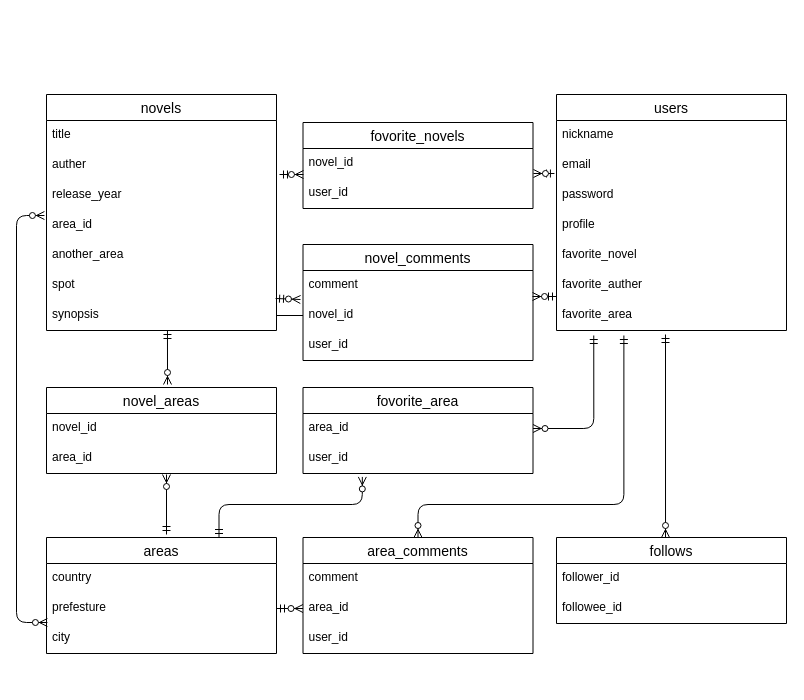
Earlier version of the draw.io diagram config/er.dio (kirikooooooooo/noverea). Source tidied: cells renumbered, new cells numbered last; positions are measured from the earlier drawing's top-left corner, leaving out a move shared by most shapes. Both pictures are drawn from the tidied source at 100%, with x=0, y=0 at pixel (16, 94).
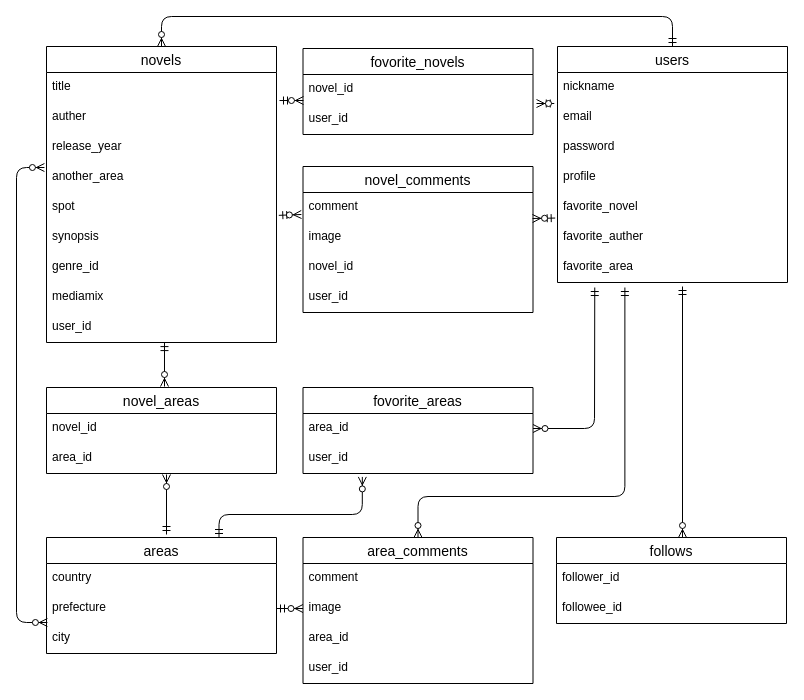
The same diagram, later.

The change refers to these unchanged cells:
```xml
<mxCell id="4" value="auther" style="text;strokeColor=none;fillColor=none;spacingLeft=4;spacingRight=4;overflow=hidden;points=[[0,0.5],[1,0.5]];portConstraint=eastwest;fontSize=12;" parent="2" vertex="1">
  <mxGeometry y="56" width="230" height="30" as="geometry" />
</mxCell>
<mxCell id="5" value="release_year" style="text;strokeColor=none;fillColor=none;spacingLeft=4;spacingRight=4;overflow=hidden;points=[[0,0.5],[1,0.5]];portConstraint=eastwest;fontSize=12;" parent="2" vertex="1">
  <mxGeometry y="86" width="230" height="30" as="geometry" />
</mxCell>
<mxCell id="13" value="areas" style="swimlane;fontStyle=0;horizontal=1;startSize=26;align=center;fontSize=14;" parent="1" vertex="1">
  <mxGeometry x="30" y="443" width="230" height="116" as="geometry" />
</mxCell>
<mxCell id="16" value="city" style="text;strokeColor=none;fillColor=none;spacingLeft=4;spacingRight=4;overflow=hidden;points=[[0,0.5],[1,0.5]];portConstraint=eastwest;fontSize=12;" parent="13" vertex="1">
  <mxGeometry y="86" width="230" height="30" as="geometry" />
</mxCell>
<mxCell id="22" value="email" style="text;strokeColor=none;fillColor=none;spacingLeft=4;spacingRight=4;overflow=hidden;points=[[0,0.5],[1,0.5]];portConstraint=eastwest;fontSize=12;" parent="20" vertex="1">
  <mxGeometry y="56" width="230" height="30" as="geometry" />
</mxCell>
<mxCell id="25" value="favorite_novel" style="text;strokeColor=none;fillColor=none;spacingLeft=4;spacingRight=4;overflow=hidden;points=[[0,0.5],[1,0.5]];portConstraint=eastwest;fontSize=12;" parent="20" vertex="1">
  <mxGeometry y="146" width="230" height="30" as="geometry" />
</mxCell>
<mxCell id="27" value="favorite_area" style="text;strokeColor=none;fillColor=none;spacingLeft=4;spacingRight=4;overflow=hidden;points=[[0,0.5],[1,0.5]];portConstraint=eastwest;fontSize=12;" parent="20" vertex="1">
  <mxGeometry y="206" width="230" height="30" as="geometry" />
</mxCell>
<mxCell id="30" value="novel_id" style="text;strokeColor=none;fillColor=none;spacingLeft=4;spacingRight=4;overflow=hidden;points=[[0,0.5],[1,0.5]];portConstraint=eastwest;fontSize=12;" parent="29" vertex="1">
  <mxGeometry y="26" width="230" height="30" as="geometry" />
</mxCell>
<mxCell id="34" value="comment" style="text;strokeColor=none;fillColor=none;spacingLeft=4;spacingRight=4;overflow=hidden;points=[[0,0.5],[1,0.5]];portConstraint=eastwest;fontSize=12;" parent="33" vertex="1">
  <mxGeometry y="26" width="230" height="30" as="geometry" />
</mxCell>
<mxCell id="46" value="follows" style="swimlane;fontStyle=0;horizontal=1;startSize=26;align=center;fontSize=14;" parent="1" vertex="1">
  <mxGeometry x="540" y="443" width="230" height="86" as="geometry" />
</mxCell>
<mxCell id="51" value="area_id" style="text;strokeColor=none;fillColor=none;spacingLeft=4;spacingRight=4;overflow=hidden;points=[[0,0.5],[1,0.5]];portConstraint=eastwest;fontSize=12;" parent="50" vertex="1">
  <mxGeometry y="26" width="230" height="30" as="geometry" />
</mxCell>
<mxCell id="52" value="user_id" style="text;strokeColor=none;fillColor=none;spacingLeft=4;spacingRight=4;overflow=hidden;points=[[0,0.5],[1,0.5]];portConstraint=eastwest;fontSize=12;" parent="50" vertex="1">
  <mxGeometry y="56" width="230" height="30" as="geometry" />
</mxCell>
```

Change to the diagram source:
```diff
@@
     <mxCell id="2" value="novels" style="swimlane;fontStyle=0;horizontal=1;startSize=26;align=center;fontSize=14;" parent="1" vertex="1">
-      <mxGeometry x="30" width="230" height="236" as="geometry" />
+      <mxGeometry x="30" y="-48" width="230" height="296" as="geometry" />
     </mxCell>
@@
-    <mxCell id="6" value="area_id" style="text;strokeColor=none;fillColor=none;spacingLeft=4;spacingRight=4;overflow=hidden;fontSize=12;" parent="2" vertex="1">
-      <mxGeometry y="116" width="230" height="30" as="geometry" />
-    </mxCell>
     <mxCell id="7" value="another_area" style="text;strokeColor=none;fillColor=none;spacingLeft=4;spacingRight=4;overflow=hidden;fontSize=12;" parent="2" vertex="1">
-      <mxGeometry y="146" width="230" height="30" as="geometry" />
+      <mxGeometry y="116" width="230" height="30" as="geometry" />
     </mxCell>
     <mxCell id="8" value="spot" style="text;strokeColor=none;fillColor=none;spacingLeft=4;spacingRight=4;overflow=hidden;points=[[0,0.5],[1,0.5]];portConstraint=eastwest;fontSize=12;" parent="2" vertex="1">
-      <mxGeometry y="176" width="230" height="30" as="geometry" />
+      <mxGeometry y="146" width="230" height="30" as="geometry" />
     </mxCell>
+    <mxCell id="55" value="synopsis" style="text;strokeColor=none;fillColor=none;spacingLeft=4;spacingRight=4;overflow=hidden;fontSize=12;" parent="2" vertex="1">
+      <mxGeometry y="176" width="230" height="30" as="geometry" />
+    </mxCell>
+    <mxCell id="56" value="genre_id" style="text;strokeColor=none;fillColor=none;spacingLeft=4;spacingRight=4;overflow=hidden;fontSize=12;" parent="2" vertex="1">
+      <mxGeometry y="206" width="230" height="30" as="geometry" />
+    </mxCell>
+    <mxCell id="57" value="mediamix" style="text;strokeColor=none;fillColor=none;spacingLeft=4;spacingRight=4;overflow=hidden;fontSize=12;" parent="2" vertex="1">
+      <mxGeometry y="236" width="230" height="30" as="geometry" />
+    </mxCell>
-    <mxCell id="9" value="synopsis" style="text;strokeColor=none;fillColor=none;spacingLeft=4;spacingRight=4;overflow=hidden;points=[[0,0.5],[1,0.5]];portConstraint=eastwest;fontSize=12;" parent="2" vertex="1">
-      <mxGeometry y="206" width="230" height="30" as="geometry" />
+    <mxCell id="9" value="user_id" style="text;strokeColor=none;fillColor=none;spacingLeft=4;spacingRight=4;overflow=hidden;points=[[0,0.5],[1,0.5]];portConstraint=eastwest;fontSize=12;" parent="2" vertex="1">
+      <mxGeometry y="266" width="230" height="30" as="geometry" />
     </mxCell>
@@
-    <mxCell id="15" value="prefesture" style="text;strokeColor=none;fillColor=none;spacingLeft=4;spacingRight=4;overflow=hidden;points=[[0,0.5],[1,0.5]];portConstraint=eastwest;fontSize=12;" parent="13" vertex="1">
+    <mxCell id="15" value="prefecture" style="text;strokeColor=none;fillColor=none;spacingLeft=4;spacingRight=4;overflow=hidden;points=[[0,0.5],[1,0.5]];portConstraint=eastwest;fontSize=12;" parent="13" vertex="1">
       <mxGeometry y="56" width="230" height="30" as="geometry" />
     </mxCell>
@@
     <mxCell id="17" style="edgeStyle=elbowEdgeStyle;fontSize=12;html=1;endArrow=ERzeroToMany;endFill=1;startArrow=ERzeroToMany;entryX=-0.009;entryY=1.167;entryDx=0;entryDy=0;entryPerimeter=0;exitX=0.004;exitY=-0.033;exitDx=0;exitDy=0;exitPerimeter=0;" parent="1" edge="1" source="16" target="5">
       <mxGeometry relative="1" as="geometry">
         <Array as="points">
-          <mxPoint y="320" />
+          <mxPoint y="272" />
         </Array>
       </mxGeometry>
     </mxCell>
-    <mxCell id="18" style="fontSize=12;html=1;endArrow=ERzeroToMany;startArrow=ERmandOne;exitX=0.526;exitY=1;exitDx=0;exitDy=0;exitPerimeter=0;" parent="1" edge="1" source="9">
+    <mxCell id="18" style="fontSize=12;html=1;endArrow=ERzeroToMany;startArrow=ERmandOne;exitX=0.513;exitY=1.003;exitDx=0;exitDy=0;exitPerimeter=0;" parent="1" edge="1" source="9">
       <mxGeometry relative="1" as="geometry">
-        <mxPoint x="151" y="290" as="targetPoint" />
+        <mxPoint x="148" y="292" as="targetPoint" />
       </mxGeometry>
     </mxCell>
@@
     <mxCell id="20" value="users" style="swimlane;fontStyle=0;horizontal=1;startSize=26;align=center;fontSize=14;" parent="1" vertex="1">
-      <mxGeometry x="540" width="230" height="236" as="geometry" />
+      <mxGeometry x="541" y="-48" width="230" height="236" as="geometry" />
     </mxCell>
@@
-    <mxCell id="28" style="fontSize=12;html=1;endArrow=ERzeroToMany;startArrow=ERmandOne;entryX=0.002;entryY=0.867;entryDx=0;entryDy=0;entryPerimeter=0;exitX=1.013;exitY=0.8;exitDx=0;exitDy=0;exitPerimeter=0;" parent="1" edge="1" source="4" target="30">
+    <mxCell id="28" style="fontSize=12;html=1;endArrow=ERzeroToMany;startArrow=ERmandOne;entryX=0.002;entryY=0.867;entryDx=0;entryDy=0;entryPerimeter=0;exitX=1.013;exitY=-0.066;exitDx=0;exitDy=0;exitPerimeter=0;" parent="1" edge="1" source="4" target="30">
       <mxGeometry relative="1" as="geometry" />
     </mxCell>
     <mxCell id="29" value="fovorite_novels" style="swimlane;fontStyle=0;horizontal=1;startSize=26;align=center;fontSize=14;" parent="1" vertex="1">
-      <mxGeometry x="286.5" y="28" width="230" height="86" as="geometry" />
+      <mxGeometry x="286.5" y="-46" width="230" height="86" as="geometry" />
     </mxCell>
@@
-    <mxCell id="32" style="fontSize=12;html=1;endArrow=ERzeroToMany;startArrow=ERmandOne;entryX=1.002;entryY=0.833;entryDx=0;entryDy=0;entryPerimeter=0;exitX=-0.009;exitY=0.767;exitDx=0;exitDy=0;exitPerimeter=0;" parent="1" edge="1" source="22" target="30">
-      <mxGeometry relative="1" as="geometry" />
+    <mxCell id="32" style="fontSize=12;html=1;endArrow=ERzeroToMany;startArrow=ERmandOne;exitX=-0.014;exitY=0.033;exitDx=0;exitDy=0;exitPerimeter=0;" parent="1" edge="1" source="22">
+      <mxGeometry relative="1" as="geometry">
+        <mxPoint x="520" y="9" as="targetPoint" />
+      </mxGeometry>
     </mxCell>
     <mxCell id="33" value="novel_comments" style="swimlane;fontStyle=0;horizontal=1;startSize=26;align=center;fontSize=14;" parent="1" vertex="1">
-      <mxGeometry x="286.5" y="150" width="230" height="116" as="geometry" />
+      <mxGeometry x="286.5" y="72" width="230" height="146" as="geometry" />
     </mxCell>
@@
-    <mxCell id="35" value="novel_id" style="text;strokeColor=none;fillColor=none;spacingLeft=4;spacingRight=4;overflow=hidden;points=[[0,0.5],[1,0.5]];portConstraint=eastwest;fontSize=12;" parent="33" vertex="1">
+    <mxCell id="35" value="image" style="text;strokeColor=none;fillColor=none;spacingLeft=4;spacingRight=4;overflow=hidden;points=[[0,0.5],[1,0.5]];portConstraint=eastwest;fontSize=12;" parent="33" vertex="1">
       <mxGeometry y="56" width="230" height="30" as="geometry" />
     </mxCell>
-    <mxCell id="36" value="user_id" style="text;strokeColor=none;fillColor=none;spacingLeft=4;spacingRight=4;overflow=hidden;fontSize=12;" parent="33" vertex="1">
+    <mxCell id="36" value="novel_id" style="text;strokeColor=none;fillColor=none;spacingLeft=4;spacingRight=4;overflow=hidden;fontSize=12;" parent="33" vertex="1">
       <mxGeometry y="86" width="230" height="30" as="geometry" />
     </mxCell>
+    <mxCell id="58" value="user_id" style="text;strokeColor=none;fillColor=none;spacingLeft=4;spacingRight=4;overflow=hidden;fontSize=12;" parent="33" vertex="1">
+      <mxGeometry y="116" width="230" height="30" as="geometry" />
+    </mxCell>
-    <mxCell id="37" style="fontSize=12;html=1;endArrow=ERzeroToMany;startArrow=ERmandOne;entryX=-0.011;entryY=-0.033;entryDx=0;entryDy=0;entryPerimeter=0;exitX=0.996;exitY=0.933;exitDx=0;exitDy=0;exitPerimeter=0;" parent="1" edge="1" source="8" target="35">
+    <mxCell id="37" style="fontSize=12;html=1;endArrow=ERzeroToMany;startArrow=ERmandOne;entryX=-0.007;entryY=0.733;entryDx=0;entryDy=0;entryPerimeter=0;exitX=1.01;exitY=0.761;exitDx=0;exitDy=0;exitPerimeter=0;" parent="1" edge="1" source="8" target="34">
       <mxGeometry relative="1" as="geometry" />
     </mxCell>
-    <mxCell id="38" style="fontSize=12;html=1;endArrow=ERzeroToMany;startArrow=ERmandOne;entryX=0.998;entryY=-0.133;entryDx=0;entryDy=0;entryPerimeter=0;" parent="1" edge="1" target="35">
-      <mxGeometry relative="1" as="geometry">
-        <mxPoint x="540" y="202" as="sourcePoint" />
-      </mxGeometry>
+    <mxCell id="38" style="fontSize=12;html=1;endArrow=ERzeroToMany;startArrow=ERmandOne;entryX=0.998;entryY=-0.133;entryDx=0;entryDy=0;entryPerimeter=0;exitX=-0.01;exitY=0.852;exitDx=0;exitDy=0;exitPerimeter=0;" parent="1" edge="1" source="25" target="35">
+      <mxGeometry relative="1" as="geometry" />
     </mxCell>
     <mxCell id="39" value="area_comments" style="swimlane;fontStyle=0;horizontal=1;startSize=26;align=center;fontSize=14;" parent="1" vertex="1">
-      <mxGeometry x="286.5" y="443" width="230" height="116" as="geometry" />
+      <mxGeometry x="286.5" y="443" width="230" height="146" as="geometry" />
     </mxCell>
@@
-    <mxCell id="41" value="area_id" style="text;strokeColor=none;fillColor=none;spacingLeft=4;spacingRight=4;overflow=hidden;points=[[0,0.5],[1,0.5]];portConstraint=eastwest;fontSize=12;" parent="39" vertex="1">
+    <mxCell id="41" value="image" style="text;strokeColor=none;fillColor=none;spacingLeft=4;spacingRight=4;overflow=hidden;points=[[0,0.5],[1,0.5]];portConstraint=eastwest;fontSize=12;" parent="39" vertex="1">
       <mxGeometry y="56" width="230" height="30" as="geometry" />
     </mxCell>
-    <mxCell id="42" value="user_id" style="text;strokeColor=none;fillColor=none;spacingLeft=4;spacingRight=4;overflow=hidden;fontSize=12;" parent="39" vertex="1">
+    <mxCell id="42" value="area_id" style="text;strokeColor=none;fillColor=none;spacingLeft=4;spacingRight=4;overflow=hidden;fontSize=12;" parent="39" vertex="1">
       <mxGeometry y="86" width="230" height="30" as="geometry" />
     </mxCell>
+    <mxCell id="59" value="user_id" style="text;strokeColor=none;fillColor=none;spacingLeft=4;spacingRight=4;overflow=hidden;fontSize=12;" parent="39" vertex="1">
+      <mxGeometry y="116" width="230" height="30" as="geometry" />
+    </mxCell>
@@
-    <mxCell id="44" style="edgeStyle=none;html=1;endArrow=none;endFill=0;" parent="1" edge="1" source="35" target="9">
-      <mxGeometry relative="1" as="geometry" />
-    </mxCell>
     <mxCell id="45" style="fontSize=12;html=1;endArrow=ERzeroToMany;startArrow=ERmandOne;entryX=0.5;entryY=0;entryDx=0;entryDy=0;exitX=0.293;exitY=1.167;exitDx=0;exitDy=0;exitPerimeter=0;edgeStyle=elbowEdgeStyle;elbow=vertical;" parent="1" edge="1" source="27" target="39">
       <mxGeometry relative="1" as="geometry">
         <Array as="points">
-          <mxPoint x="490" y="410" />
+          <mxPoint x="500" y="402" />
         </Array>
       </mxGeometry>
     </mxCell>
@@
-    <mxCell id="49" style="fontSize=12;html=1;endArrow=ERzeroToMany;startArrow=ERmandOne;entryX=0.474;entryY=0;entryDx=0;entryDy=0;entryPerimeter=0;" parent="1" edge="1" target="46">
+    <mxCell id="49" style="fontSize=12;html=1;endArrow=ERzeroToMany;startArrow=ERmandOne;entryX=0.474;entryY=0;entryDx=0;entryDy=0;entryPerimeter=0;" parent="1" edge="1">
       <mxGeometry relative="1" as="geometry">
-        <mxPoint x="649" y="240" as="sourcePoint" />
+        <mxPoint x="666" y="192" as="sourcePoint" />
+        <mxPoint x="666" y="443" as="targetPoint" />
       </mxGeometry>
     </mxCell>
-    <mxCell id="50" value="fovorite_area" style="swimlane;fontStyle=0;horizontal=1;startSize=26;align=center;fontSize=14;" parent="1" vertex="1">
+    <mxCell id="50" value="fovorite_areas" style="swimlane;fontStyle=0;horizontal=1;startSize=26;align=center;fontSize=14;" parent="1" vertex="1">
       <mxGeometry x="286.5" y="293" width="230" height="86" as="geometry" />
     </mxCell>
@@
-    <mxCell id="53" style="fontSize=12;html=1;endArrow=ERzeroToMany;startArrow=ERmandOne;entryX=1;entryY=0.5;entryDx=0;entryDy=0;exitX=0.162;exitY=1.167;exitDx=0;exitDy=0;exitPerimeter=0;edgeStyle=orthogonalEdgeStyle;" parent="1" edge="1" source="27" target="51">
+    <mxCell id="53" style="fontSize=12;html=1;endArrow=ERzeroToMany;startArrow=ERmandOne;entryX=1;entryY=0.5;entryDx=0;entryDy=0;exitX=0.162;exitY=1.167;exitDx=0;exitDy=0;exitPerimeter=0;edgeStyle=elbowEdgeStyle;" parent="1" edge="1" source="27" target="51">
       <mxGeometry relative="1" as="geometry">
         <Array as="points">
-          <mxPoint x="577" y="334" />
+          <mxPoint x="578" y="262" />
         </Array>
       </mxGeometry>
     </mxCell>
     <mxCell id="54" style="fontSize=12;html=1;endArrow=ERzeroToMany;startArrow=ERmandOne;entryX=0.258;entryY=1.114;entryDx=0;entryDy=0;exitX=0.75;exitY=0;exitDx=0;exitDy=0;edgeStyle=orthogonalEdgeStyle;entryPerimeter=0;" parent="1" edge="1" source="13" target="52">
       <mxGeometry relative="1" as="geometry">
         <Array as="points">
-          <mxPoint x="203" y="410" />
-          <mxPoint x="346" y="410" />
+          <mxPoint x="203" y="420" />
+          <mxPoint x="346" y="420" />
         </Array>
       </mxGeometry>
     </mxCell>
+    <mxCell id="60" style="fontSize=12;html=1;endArrow=ERzeroToMany;startArrow=ERmandOne;entryX=0.5;entryY=0;entryDx=0;entryDy=0;exitX=0.5;exitY=0;exitDx=0;exitDy=0;edgeStyle=elbowEdgeStyle;elbow=vertical;" parent="1" edge="1" source="20" target="2">
+      <mxGeometry relative="1" as="geometry">
+        <Array as="points">
+          <mxPoint x="400" y="-78" />
+        </Array>
+      </mxGeometry>
+    </mxCell>
```
